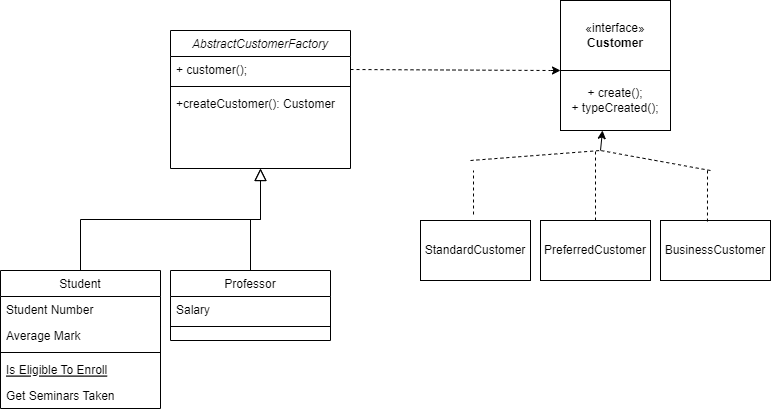
Above: Assign3Part3 Diagram.drawio.png in jimmyjazz31/CS665Assign3 (draw.io), before the change. Source tidied: cells renumbered, new cells last; positions are measured from the earlier drawing's top-left corner, leaving out a move shared by most shapes.
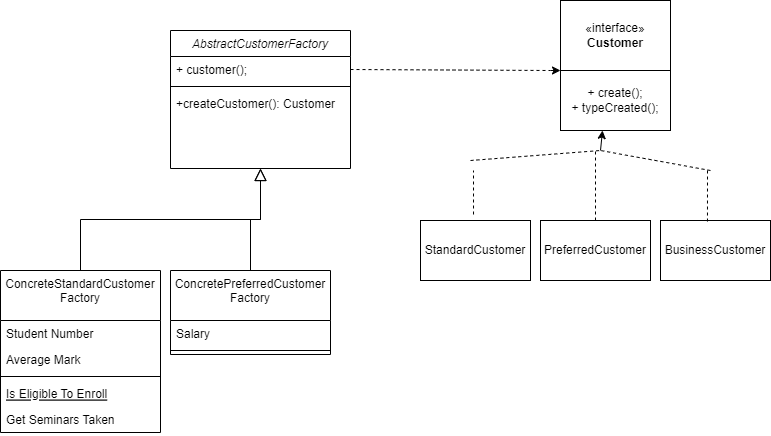
The same diagram one commit later.

The edit, as a diff of the source:
```diff
@@ -14,35 +14,35 @@
     <mxCell id="5" value="+createCustomer(): Customer" style="text;align=left;verticalAlign=top;spacingLeft=4;spacingRight=4;overflow=hidden;" parent="2" vertex="1">
       <mxGeometry y="60" width="180" height="26" as="geometry" />
     </mxCell>
-    <mxCell id="6" value="Student" style="swimlane;fontStyle=0;align=center;verticalAlign=top;horizontal=1;startSize=26;rounded=0;shadow=0;strokeWidth=1;" parent="1" vertex="1">
-      <mxGeometry y="270" width="160" height="138" as="geometry" />
+    <mxCell id="6" value="ConcreteStandardCustomer&#10;Factory" style="swimlane;fontStyle=0;align=center;verticalAlign=top;horizontal=1;startSize=50;rounded=0;shadow=0;strokeWidth=1;" parent="1" vertex="1">
+      <mxGeometry y="270" width="160" height="162" as="geometry" />
     </mxCell>
     <mxCell id="7" value="Student Number" style="text;align=left;verticalAlign=top;spacingLeft=4;spacingRight=4;overflow=hidden;" parent="6" vertex="1">
-      <mxGeometry y="26" width="160" height="26" as="geometry" />
+      <mxGeometry y="50" width="160" height="26" as="geometry" />
     </mxCell>
     <mxCell id="8" value="Average Mark" style="text;align=left;verticalAlign=top;spacingLeft=4;spacingRight=4;overflow=hidden;rounded=0;shadow=0;html=0;" parent="6" vertex="1">
-      <mxGeometry y="52" width="160" height="26" as="geometry" />
+      <mxGeometry y="76" width="160" height="26" as="geometry" />
     </mxCell>
     <mxCell id="9" style="line;html=1;strokeWidth=1;align=left;verticalAlign=middle;spacingTop=-1;spacingLeft=3;spacingRight=3;labelPosition=right;" parent="6" vertex="1">
-      <mxGeometry y="78" width="160" height="8" as="geometry" />
+      <mxGeometry y="102" width="160" height="8" as="geometry" />
     </mxCell>
     <mxCell id="10" value="Is Eligible To Enroll" style="text;align=left;verticalAlign=top;spacingLeft=4;spacingRight=4;overflow=hidden;fontStyle=4;" parent="6" vertex="1">
-      <mxGeometry y="86" width="160" height="26" as="geometry" />
+      <mxGeometry y="110" width="160" height="26" as="geometry" />
     </mxCell>
     <mxCell id="11" value="Get Seminars Taken" style="text;align=left;verticalAlign=top;spacingLeft=4;spacingRight=4;overflow=hidden;" parent="6" vertex="1">
-      <mxGeometry y="112" width="160" height="26" as="geometry" />
+      <mxGeometry y="136" width="160" height="26" as="geometry" />
     </mxCell>
     <mxCell id="12" style="endArrow=block;endSize=10;endFill=0;shadow=0;strokeWidth=1;rounded=0;curved=0;edgeStyle=elbowEdgeStyle;elbow=vertical;" parent="1" edge="1" source="6" target="2">
       <mxGeometry relative="1" as="geometry" />
     </mxCell>
-    <mxCell id="13" value="Professor" style="swimlane;fontStyle=0;align=center;verticalAlign=top;horizontal=1;startSize=26;rounded=0;shadow=0;strokeWidth=1;" parent="1" vertex="1">
-      <mxGeometry x="170" y="270" width="160" height="70" as="geometry" />
+    <mxCell id="13" value="ConcretePreferredCustomer&#10;Factory" style="swimlane;fontStyle=0;align=center;verticalAlign=top;horizontal=1;startSize=50;rounded=0;shadow=0;strokeWidth=1;" parent="1" vertex="1">
+      <mxGeometry x="170" y="270" width="160" height="84" as="geometry" />
     </mxCell>
     <mxCell id="14" value="Salary" style="text;align=left;verticalAlign=top;spacingLeft=4;spacingRight=4;overflow=hidden;" parent="13" vertex="1">
-      <mxGeometry y="26" width="160" height="26" as="geometry" />
+      <mxGeometry y="50" width="160" height="26" as="geometry" />
     </mxCell>
     <mxCell id="15" style="line;html=1;strokeWidth=1;align=left;verticalAlign=middle;spacingTop=-1;spacingLeft=3;spacingRight=3;labelPosition=right;" parent="13" vertex="1">
-      <mxGeometry y="52" width="160" height="8" as="geometry" />
+      <mxGeometry y="76" width="160" height="8" as="geometry" />
     </mxCell>
     <mxCell id="16" style="endArrow=block;endSize=10;endFill=0;shadow=0;strokeWidth=1;rounded=0;curved=0;edgeStyle=elbowEdgeStyle;elbow=vertical;" parent="1" edge="1" source="13" target="2">
       <mxGeometry relative="1" as="geometry" />
```
